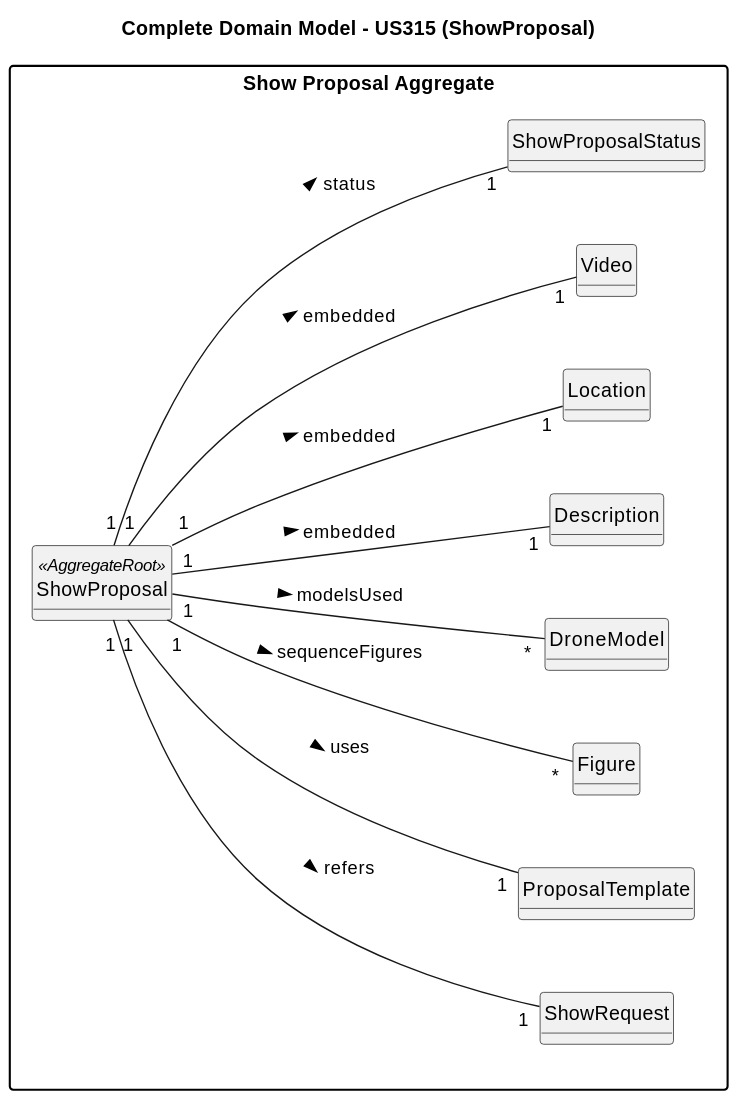
This is docs/planning/sprint3/EAPLI/US315 - Add video of simulation to the proposal (Paulo)/02.analysis/svg/us315-domain-model.svg from SAEmanuel/Shodrone_ISEP, a PlantUML export, as it was before one commit. The source it was exported from:
```plantuml
@startuml
skinparam monochrome true
skinparam packageStyle rectangle
skinparam shadowing false
left to right direction

title Complete Domain Model - US315 (ShowProposal)

hide circles
hide methods

package "Show Proposal Aggregate" {

    class ShowProposal <<AggregateRoot>> {
    }

    class ShowRequest
    class ProposalTemplate
    class Figure
    class DroneModel
    class Description
    class Location
    class Video
    class ShowProposalStatus
}

ShowProposal "1" --- "1" ShowRequest : refers >
ShowProposal "1" --- "1" ProposalTemplate : uses >
ShowProposal "1" --- "*" Figure : sequenceFigures >
ShowProposal "1" --- "*" DroneModel : modelsUsed >

ShowProposal "1" --- "1" Description : embedded >
ShowProposal "1" --- "1" Location : embedded >
ShowProposal "1" --- "1" Video : embedded >
ShowProposal "1" --- "1" ShowProposalStatus : status >
@enduml
```
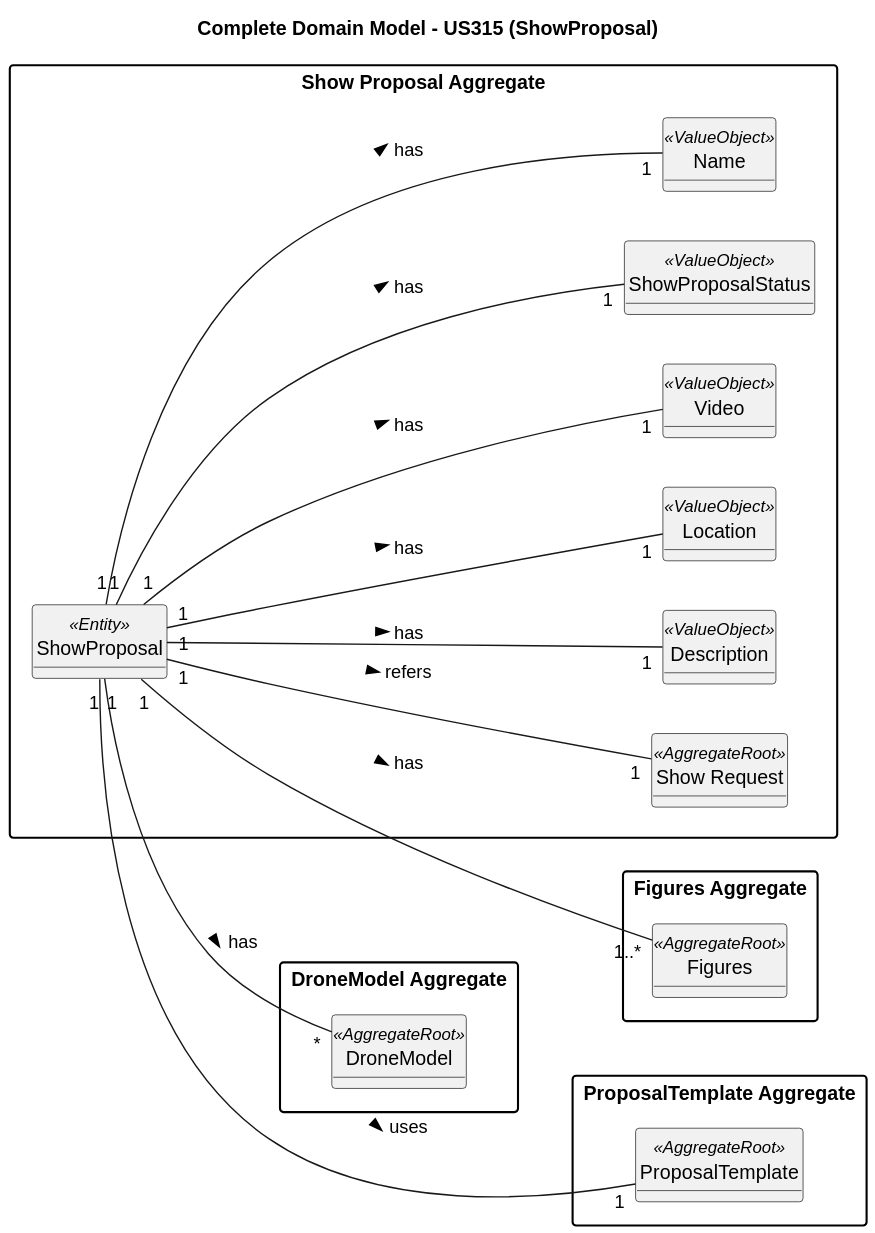
The same file after the commit.

What changed in the source:
```diff
@@ -11,26 +11,41 @@
 
 package "Show Proposal Aggregate" {
 
-    class ShowProposal <<AggregateRoot>> {
+    class ShowProposal <<Entity>>{
     }
-
-    class ShowRequest
-    class ProposalTemplate
-    class Figure
-    class DroneModel
-    class Description
-    class Location
-    class Video
-    class ShowProposalStatus
+    class "Show Request" <<AggregateRoot>>
+    class Description <<ValueObject>>
+    class Location <<ValueObject>>
+    class Video <<ValueObject>>
+    class ShowProposalStatus <<ValueObject>>
+    class Name <<ValueObject>>
 }
 
-ShowProposal "1" --- "1" ShowRequest : refers >
+package "Figures Aggregate" {
+
+    class Figures <<AggregateRoot>> {
+    }
+}
+
+package "DroneModel Aggregate" {
+
+    class DroneModel <<AggregateRoot>> {
+    }
+}
+
+package "ProposalTemplate Aggregate" {
+
+    class ProposalTemplate <<AggregateRoot>> {
+    }
+}
+
+ShowProposal "1" --- "1" "Show Request" : refers >
 ShowProposal "1" --- "1" ProposalTemplate : uses >
-ShowProposal "1" --- "*" Figure : sequenceFigures >
-ShowProposal "1" --- "*" DroneModel : modelsUsed >
-
-ShowProposal "1" --- "1" Description : embedded >
-ShowProposal "1" --- "1" Location : embedded >
-ShowProposal "1" --- "1" Video : embedded >
-ShowProposal "1" --- "1" ShowProposalStatus : status >
+ShowProposal "1" -- "*" DroneModel : has >
+ShowProposal "1" --- "1" Description : has >
+ShowProposal "1" --- "1" Location : has >
+ShowProposal "1" --- "1" Video : has >
+ShowProposal "1" --- "1" ShowProposalStatus : has >
+ShowProposal "1" --- "1" Name : has >
+ShowProposal "1" --- "1..*" Figures : has >
 @enduml
```
